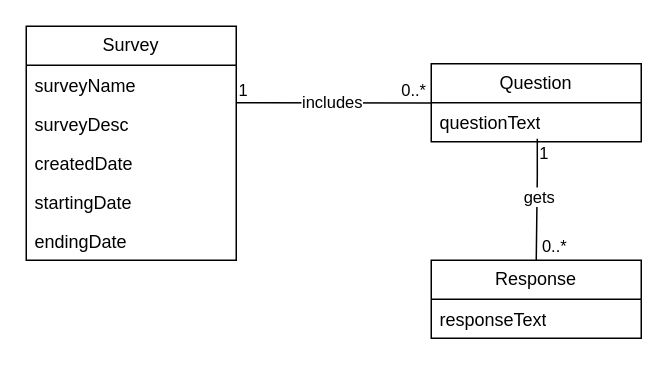
Before: survey-kasitekaavio.drawio in ohjelmistoprojekti-PPGP/kysely-documentation, a draw.io diagram. Source tidied: cells renumbered, new cells numbered last; positions are measured from the earlier drawing's top-left corner, leaving out a move shared by most shapes. Both pictures are drawn from the tidied source at 150%, with x=0, y=0 at pixel (26, 26).
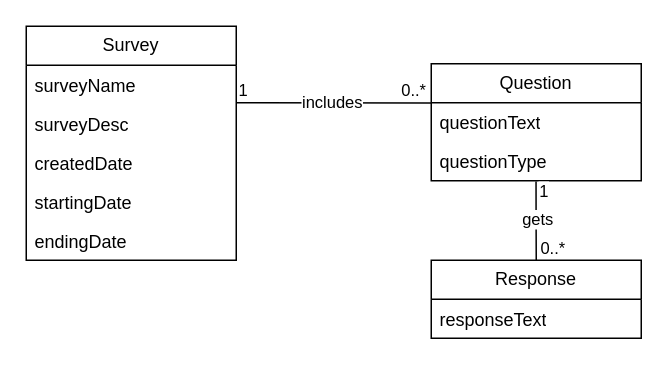
The same diagram, later.

Unchanged cells that the change refers to:
```xml
<mxCell id="9" value="questionText" style="text;strokeColor=none;fillColor=none;align=left;verticalAlign=top;spacingLeft=4;spacingRight=4;overflow=hidden;points=[[0,0.5],[1,0.5]];portConstraint=eastwest;whiteSpace=wrap;html=1;" parent="8" vertex="1">
  <mxGeometry y="26" width="140" height="26" as="geometry" />
</mxCell>
<mxCell id="14" value="Response" style="swimlane;fontStyle=0;horizontal=1;startSize=26;fillColor=none;whiteSpace=wrap;html=1;" parent="1" vertex="1">
  <mxGeometry x="270" y="156" width="140" height="52" as="geometry" />
</mxCell>
```

Change to the diagram source:
```diff
@@
     <mxCell id="8" value="Question" style="swimlane;fontStyle=0;horizontal=1;startSize=26;fillColor=none;whiteSpace=wrap;html=1;" parent="1" vertex="1">
-      <mxGeometry x="270" y="25" width="140" height="52" as="geometry" />
+      <mxGeometry x="270" y="25" width="140" height="78" as="geometry" />
     </mxCell>
@@
+    <mxCell id="20" value="questionType" style="text;strokeColor=none;fillColor=none;align=left;verticalAlign=top;spacingLeft=4;spacingRight=4;overflow=hidden;points=[[0,0.5],[1,0.5]];portConstraint=eastwest;whiteSpace=wrap;html=1;" parent="8" vertex="1">
+      <mxGeometry y="52" width="140" height="26" as="geometry" />
+    </mxCell>
@@
-    <mxCell id="16" style="endArrow=none;html=1;edgeStyle=orthogonalEdgeStyle;rounded=0;entryX=0.5;entryY=0;entryDx=0;entryDy=0;exitX=0.505;exitY=0.922;exitDx=0;exitDy=0;exitPerimeter=0;" parent="1" edge="1" source="9" target="14">
-      <mxGeometry relative="1" as="geometry">
-        <Array as="points">
-          <mxPoint x="341" y="100" />
-          <mxPoint x="340" y="100" />
-        </Array>
-      </mxGeometry>
+    <mxCell id="16" style="endArrow=none;html=1;edgeStyle=orthogonalEdgeStyle;rounded=0;entryX=0.5;entryY=0;entryDx=0;entryDy=0;exitX=0.499;exitY=1.022;exitDx=0;exitDy=0;exitPerimeter=0;" parent="1" edge="1" source="20" target="14">
+      <mxGeometry relative="1" as="geometry" />
     </mxCell>
@@
     <mxCell id="18" value="1" style="edgeLabel;html=1;align=center;verticalAlign=middle;" parent="16" vertex="1">
       <mxGeometry x="-0.83" relative="1" as="geometry">
-        <mxPoint x="4" y="3" as="offset" />
+        <mxPoint x="5" y="2" as="offset" />
       </mxGeometry>
     </mxCell>
     <mxCell id="19" value="0..*" style="edgeLabel;html=1;align=center;verticalAlign=middle;" parent="16" vertex="1">
       <mxGeometry x="0.78" relative="1" as="geometry">
-        <mxPoint x="11" as="offset" />
+        <mxPoint x="10" y="-3" as="offset" />
       </mxGeometry>
     </mxCell>
```
